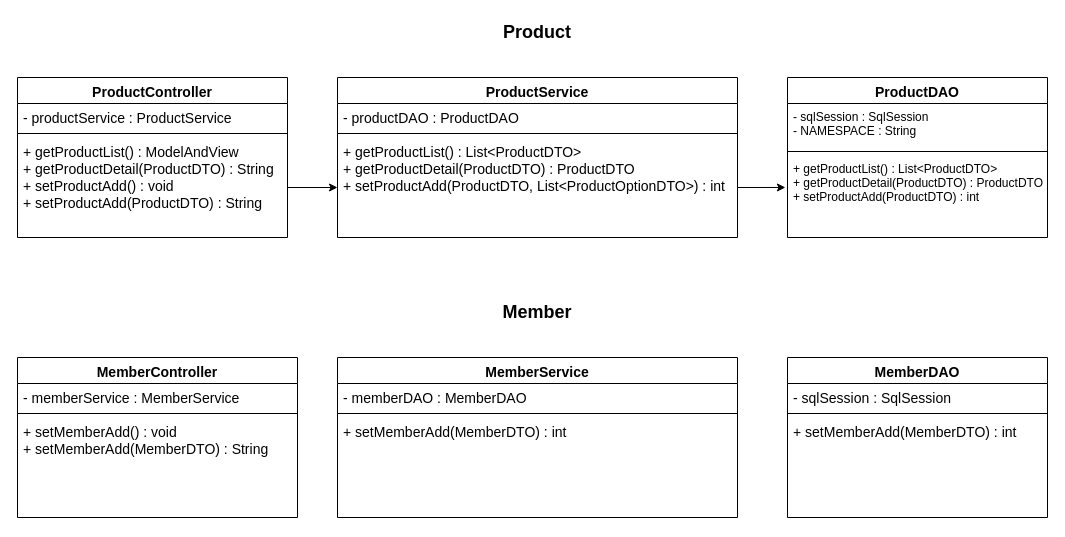
Before: page "페이지-2" (2 of 3) of 제목 없는 다이어그램.drawio in WooheeKim/GDJ60_Spring, a draw.io diagram. Source tidied: cells renumbered, new cells numbered last; positions are measured from the earlier drawing's top-left corner, leaving out a move shared by most shapes. Both pictures are drawn from the tidied source at 100%, with x=0, y=0 at pixel (17, 17).
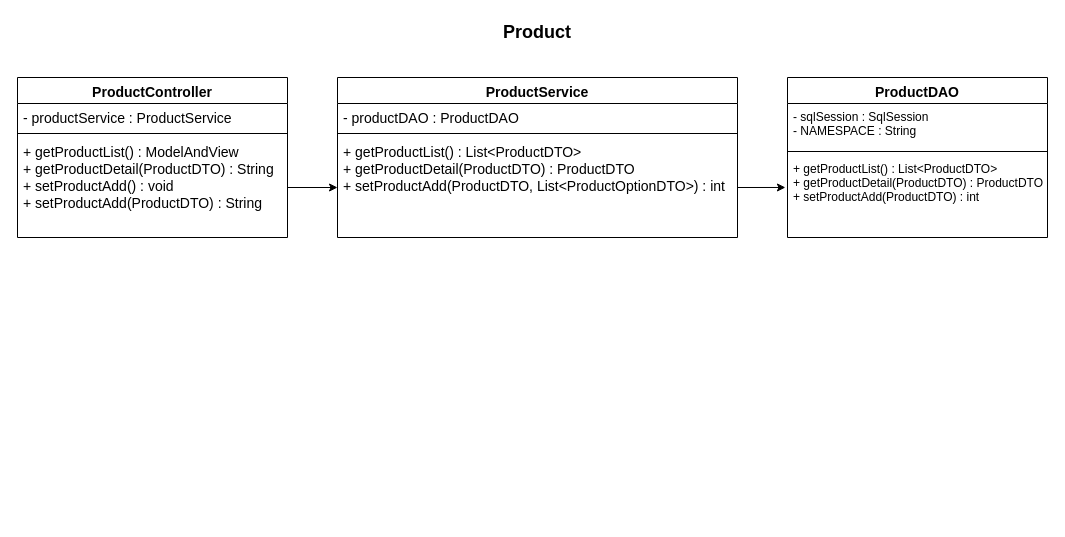
Above is the later version.

Commit message:
제목 없는 다이어그램.drawio 업데이트

What changed in the source:
```diff
@@
-    <mxCell id="11" value="MemberController" style="swimlane;fontStyle=1;align=center;verticalAlign=top;horizontal=1;startSize=26;fontSize=14;" parent="1" vertex="1">
-      <mxGeometry y="340" width="280" height="160" as="geometry" />
-    </mxCell>
-    <mxCell id="12" value="- memberService : MemberService" style="text;strokeColor=none;fillColor=none;align=left;verticalAlign=top;spacingLeft=4;spacingRight=4;overflow=hidden;fontSize=14;" parent="11" vertex="1">
-      <mxGeometry y="26" width="280" height="26" as="geometry" />
-    </mxCell>
-    <mxCell id="13" style="line;strokeWidth=1;fillColor=none;align=left;verticalAlign=middle;spacingTop=-1;spacingLeft=3;spacingRight=3;labelPosition=right;strokeColor=inherit;fontSize=14;" parent="11" vertex="1">
-      <mxGeometry y="52" width="280" height="8" as="geometry" />
-    </mxCell>
-    <mxCell id="14" value="+ setMemberAdd() : void&#10;+ setMemberAdd(MemberDTO) : String" style="text;strokeColor=none;fillColor=none;align=left;verticalAlign=top;spacingLeft=4;spacingRight=4;overflow=hidden;fontSize=14;" parent="11" vertex="1">
-      <mxGeometry y="60" width="280" height="100" as="geometry" />
-    </mxCell>
@@
-    <mxCell id="21" value="&lt;b&gt;Member&lt;/b&gt;" style="text;html=1;strokeColor=none;fillColor=none;align=center;verticalAlign=middle;whiteSpace=wrap;rounded=0;fontSize=18;" parent="1" vertex="1">
-      <mxGeometry x="490" y="280" width="60" height="30" as="geometry" />
-    </mxCell>
-    <mxCell id="22" value="MemberDAO" style="swimlane;fontStyle=1;align=center;verticalAlign=top;horizontal=1;startSize=26;fontSize=14;" parent="1" vertex="1">
-      <mxGeometry x="770" y="340" width="260" height="160" as="geometry" />
-    </mxCell>
-    <mxCell id="23" value="- sqlSession : SqlSession" style="text;strokeColor=none;fillColor=none;align=left;verticalAlign=top;spacingLeft=4;spacingRight=4;overflow=hidden;fontSize=14;" parent="22" vertex="1">
-      <mxGeometry y="26" width="260" height="26" as="geometry" />
-    </mxCell>
-    <mxCell id="24" style="line;strokeWidth=1;fillColor=none;align=left;verticalAlign=middle;spacingTop=-1;spacingLeft=3;spacingRight=3;labelPosition=right;strokeColor=inherit;fontSize=14;" parent="22" vertex="1">
-      <mxGeometry y="52" width="260" height="8" as="geometry" />
-    </mxCell>
-    <mxCell id="25" value="+ setMemberAdd(MemberDTO) : int" style="text;strokeColor=none;fillColor=none;align=left;verticalAlign=top;spacingLeft=4;spacingRight=4;overflow=hidden;fontSize=14;" parent="22" vertex="1">
-      <mxGeometry y="60" width="260" height="100" as="geometry" />
-    </mxCell>
-    <mxCell id="26" value="MemberService" style="swimlane;fontStyle=1;align=center;verticalAlign=top;horizontal=1;startSize=26;fontSize=14;" parent="1" vertex="1">
-      <mxGeometry x="320" y="340" width="400" height="160" as="geometry" />
-    </mxCell>
-    <mxCell id="27" value="- memberDAO : MemberDAO" style="text;strokeColor=none;fillColor=none;align=left;verticalAlign=top;spacingLeft=4;spacingRight=4;overflow=hidden;fontSize=14;" parent="26" vertex="1">
-      <mxGeometry y="26" width="400" height="26" as="geometry" />
-    </mxCell>
-    <mxCell id="28" style="line;strokeWidth=1;fillColor=none;align=left;verticalAlign=middle;spacingTop=-1;spacingLeft=3;spacingRight=3;labelPosition=right;strokeColor=inherit;fontSize=14;" parent="26" vertex="1">
-      <mxGeometry y="52" width="400" height="8" as="geometry" />
-    </mxCell>
-    <mxCell id="29" value="+ setMemberAdd(MemberDTO) : int" style="text;strokeColor=none;fillColor=none;align=left;verticalAlign=top;spacingLeft=4;spacingRight=4;overflow=hidden;fontSize=14;" parent="26" vertex="1">
-      <mxGeometry y="60" width="400" height="100" as="geometry" />
-    </mxCell>
```
